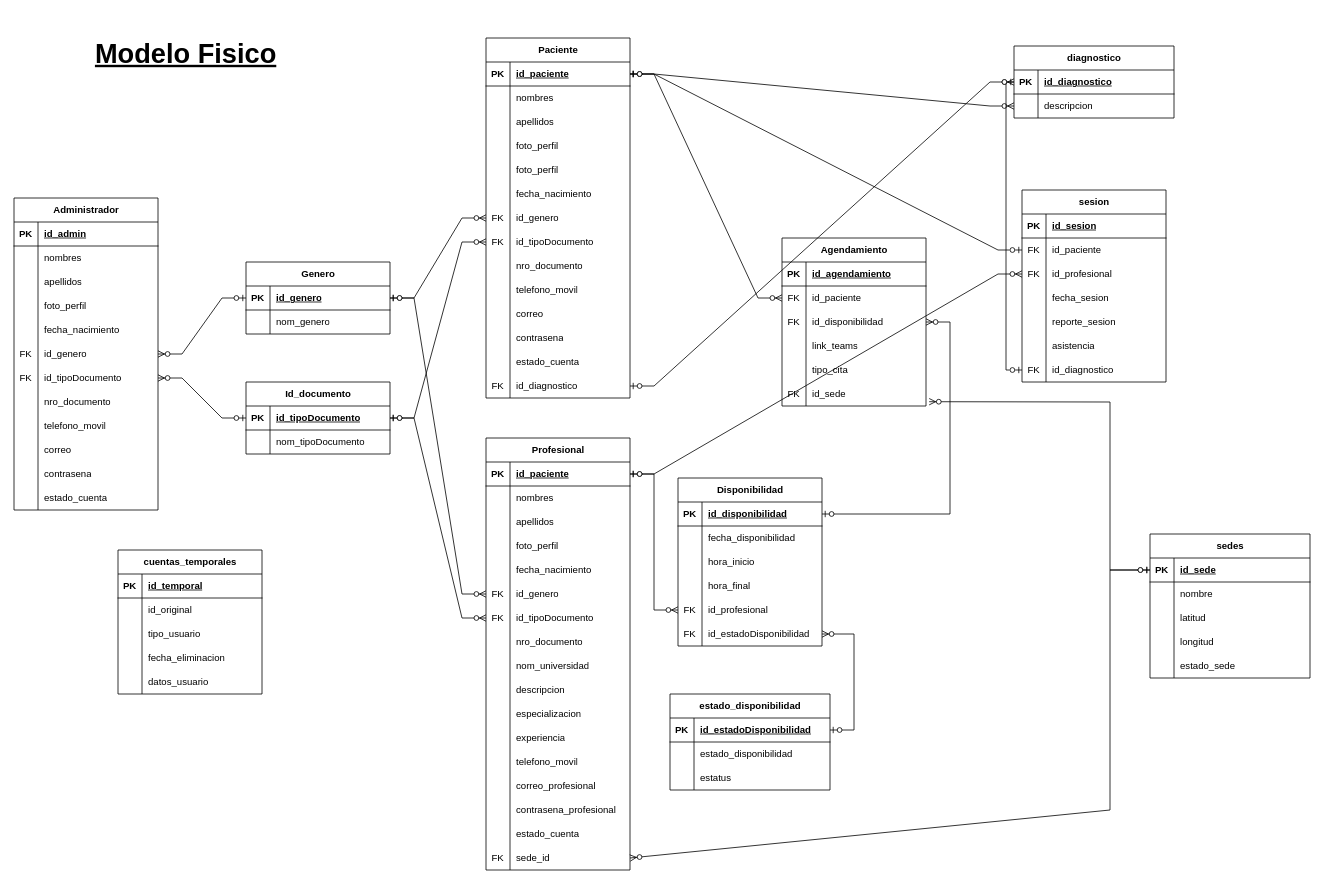
The draw.io diagram page "modelo_fisico" (3 of 3) of model.drawio in kevinlixx/kuhtone, before the edit. Source tidied: cells renumbered, new cells numbered last; positions are measured from the earlier drawing's top-left corner, leaving out a move shared by most shapes. Both pictures are drawn from the tidied source at 80%, with x=0, y=0 at pixel (14, 14).
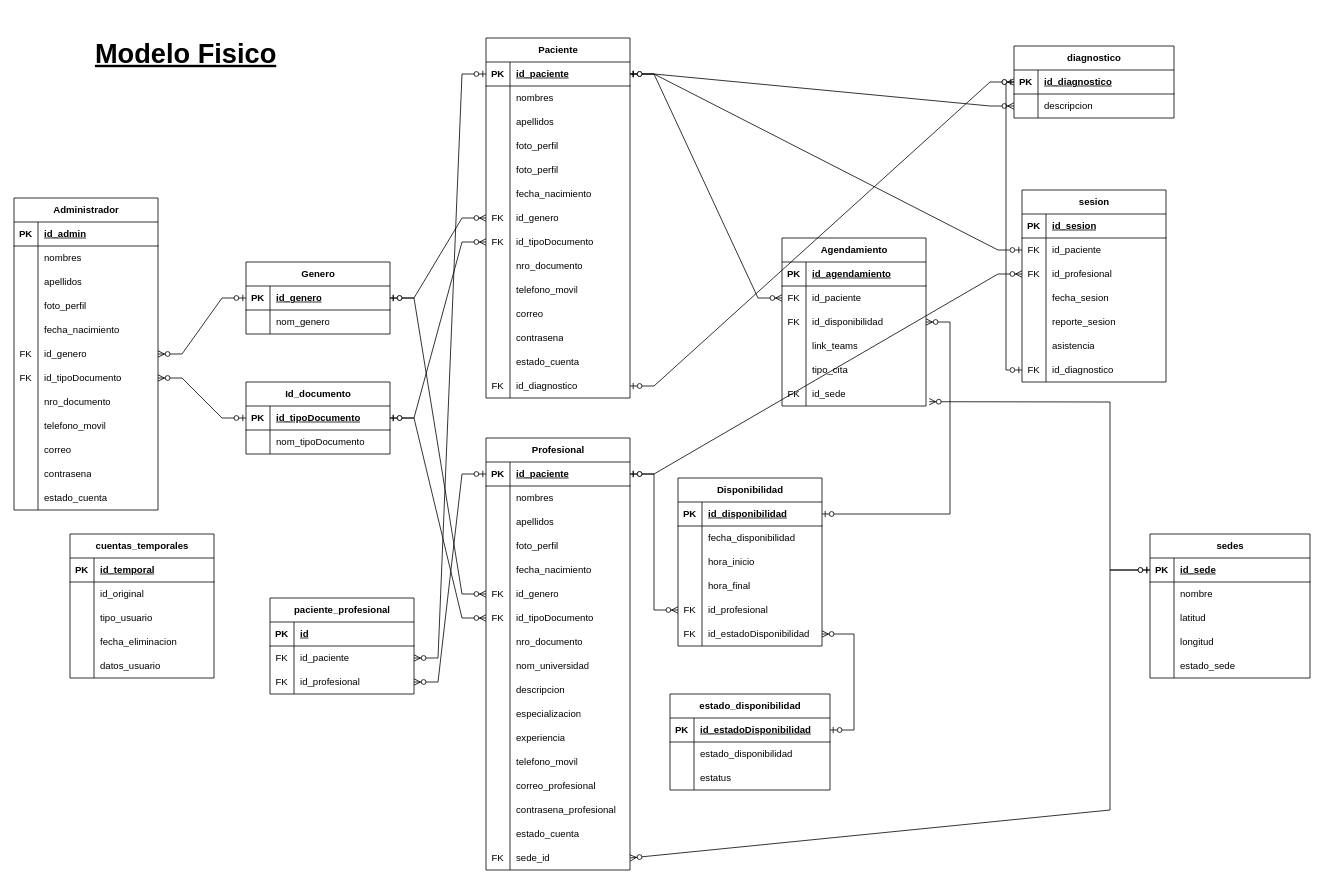
The same page after the edit.

Unchanged cells that the change refers to:
```xml
<mxCell id="3" style="shape=tableRow;horizontal=0;startSize=0;swimlaneHead=0;swimlaneBody=0;fillColor=none;points=[[0,0.5],[1,0.5]];portConstraint=eastwest;top=0;left=0;right=0;bottom=1;" parent="2" vertex="1">
  <mxGeometry y="30" width="180" height="30" as="geometry" />
</mxCell>
<mxCell id="156" style="shape=tableRow;horizontal=0;startSize=0;swimlaneHead=0;swimlaneBody=0;fillColor=none;points=[[0,0.5],[1,0.5]];portConstraint=eastwest;top=0;left=0;right=0;bottom=1;" parent="155" vertex="1">
  <mxGeometry y="30" width="180" height="30" as="geometry" />
</mxCell>
```

What changed in the source:
```diff
@@
-    <mxCell id="153" style="shape=tableRow;horizontal=0;startSize=0;swimlaneHead=0;swimlaneBody=0;fillColor=none;top=0;left=0;right=0;bottom=0;" parent="1" vertex="1">
-      <mxGeometry x="420" y="580" width="180" height="30" as="geometry" />
-    </mxCell>
-    <mxCell id="154" style="shape=partialRectangle;fillColor=none;top=0;left=0;bottom=0;right=0;overflow=hidden;whiteSpace=wrap;html=1;" parent="153" vertex="1">
-      <mxGeometry width="30" height="30" as="geometry" />
-    </mxCell>
@@
     <mxCell id="209" value="cuentas_temporales" style="shape=table;startSize=30;childLayout=tableLayout;rowLines=0;fontStyle=1;align=center;html=1;" parent="1" vertex="1">
-      <mxGeometry x="130" y="670" width="180" height="180" as="geometry" />
+      <mxGeometry x="70" y="650" width="180" height="180" as="geometry" />
     </mxCell>
@@
+    <mxCell id="277" value="paciente_profesional" style="shape=table;startSize=30;childLayout=tableLayout;rowLines=0;fontStyle=1;align=center;html=1;" parent="1" vertex="1">
+      <mxGeometry x="320" y="730" width="180" height="120" as="geometry" />
+    </mxCell>
+    <mxCell id="278" style="shape=tableRow;horizontal=0;startSize=0;swimlaneHead=0;swimlaneBody=0;fillColor=none;top=0;left=0;right=0;bottom=1;" parent="277" vertex="1">
+      <mxGeometry y="30" width="180" height="30" as="geometry" />
+    </mxCell>
+    <mxCell id="279" value="PK" style="shape=partialRectangle;fillColor=none;top=0;left=0;bottom=0;right=0;fontStyle=1;overflow=hidden;whiteSpace=wrap;html=1;" parent="278" vertex="1">
+      <mxGeometry width="30" height="30" as="geometry" />
+    </mxCell>
+    <mxCell id="280" value="id" style="shape=partialRectangle;fillColor=none;top=0;left=0;bottom=0;right=0;align=left;spacingLeft=6;fontStyle=5;overflow=hidden;whiteSpace=wrap;html=1;" parent="278" vertex="1">
+      <mxGeometry x="30" width="150" height="30" as="geometry" />
+    </mxCell>
+    <mxCell id="281" style="shape=tableRow;horizontal=0;startSize=0;swimlaneHead=0;swimlaneBody=0;fillColor=none;points=[[0,0.5],[1,0.5]];portConstraint=eastwest;top=0;left=0;right=0;bottom=0;" parent="277" vertex="1">
+      <mxGeometry y="60" width="180" height="30" as="geometry" />
+    </mxCell>
+    <mxCell id="282" value="FK" style="shape=partialRectangle;fillColor=none;top=0;left=0;bottom=0;right=0;overflow=hidden;whiteSpace=wrap;html=1;" parent="281" vertex="1">
+      <mxGeometry width="30" height="30" as="geometry" />
+    </mxCell>
+    <mxCell id="283" value="id_paciente" style="shape=partialRectangle;fillColor=none;top=0;left=0;bottom=0;right=0;align=left;spacingLeft=6;overflow=hidden;whiteSpace=wrap;html=1;" parent="281" vertex="1">
+      <mxGeometry x="30" width="150" height="30" as="geometry" />
+    </mxCell>
+    <mxCell id="284" style="shape=tableRow;horizontal=0;startSize=0;swimlaneHead=0;swimlaneBody=0;fillColor=none;points=[[0,0.5],[1,0.5]];portConstraint=eastwest;top=0;left=0;right=0;bottom=0;" parent="277" vertex="1">
+      <mxGeometry y="90" width="180" height="30" as="geometry" />
+    </mxCell>
+    <mxCell id="285" value="FK" style="shape=partialRectangle;fillColor=none;top=0;left=0;bottom=0;right=0;overflow=hidden;whiteSpace=wrap;html=1;" parent="284" vertex="1">
+      <mxGeometry width="30" height="30" as="geometry" />
+    </mxCell>
+    <mxCell id="286" value="id_profesional" style="shape=partialRectangle;fillColor=none;top=0;left=0;bottom=0;right=0;align=left;spacingLeft=6;overflow=hidden;whiteSpace=wrap;html=1;" parent="284" vertex="1">
+      <mxGeometry x="30" width="150" height="30" as="geometry" />
+    </mxCell>
+    <mxCell id="287" style="edgeStyle=entityRelationEdgeStyle;fontSize=12;html=1;endArrow=ERzeroToMany;startArrow=ERzeroToOne;rounded=0;exitX=0;exitY=0.5;exitDx=0;exitDy=0;entryX=1;entryY=0.5;entryDx=0;entryDy=0;" parent="1" edge="1" source="156" target="281">
+      <mxGeometry relative="1" as="geometry" />
+    </mxCell>
+    <mxCell id="288" style="edgeStyle=entityRelationEdgeStyle;fontSize=12;html=1;endArrow=ERzeroToMany;startArrow=ERzeroToOne;rounded=0;entryX=1;entryY=0.5;entryDx=0;entryDy=0;" parent="1" edge="1" source="3" target="284">
+      <mxGeometry relative="1" as="geometry" />
+    </mxCell>
```
